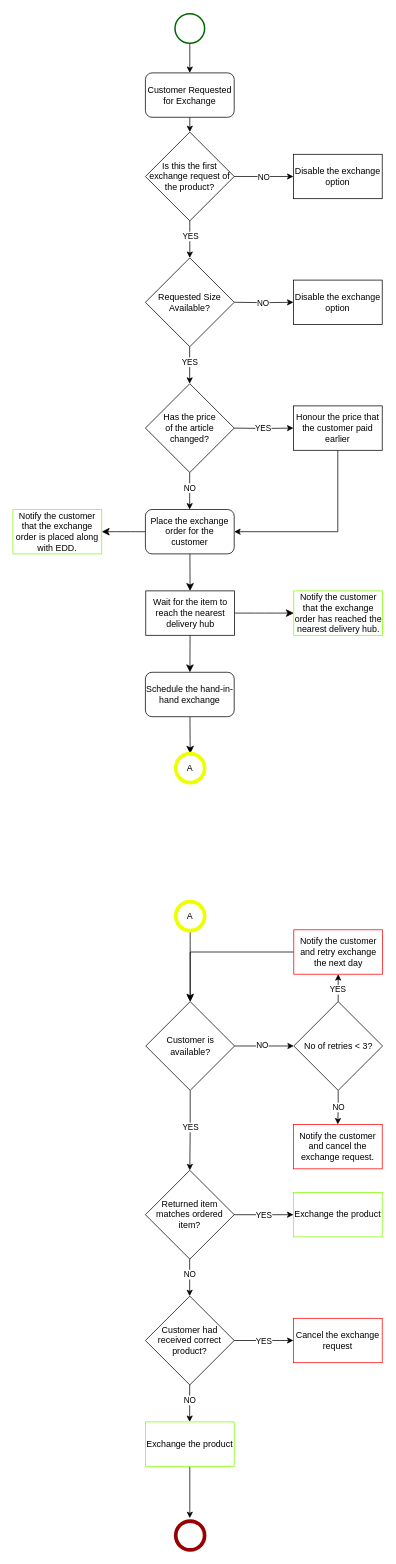
Before: Exchange.drawio in SaketNarayane/ProcessFlows, a draw.io diagram. Source tidied: cells renumbered, new cells numbered last; positions are measured from the earlier drawing's top-left corner, leaving out a move shared by most shapes. Both pictures are drawn from the tidied source at 74%, with x=0, y=0 at pixel (13, 13).
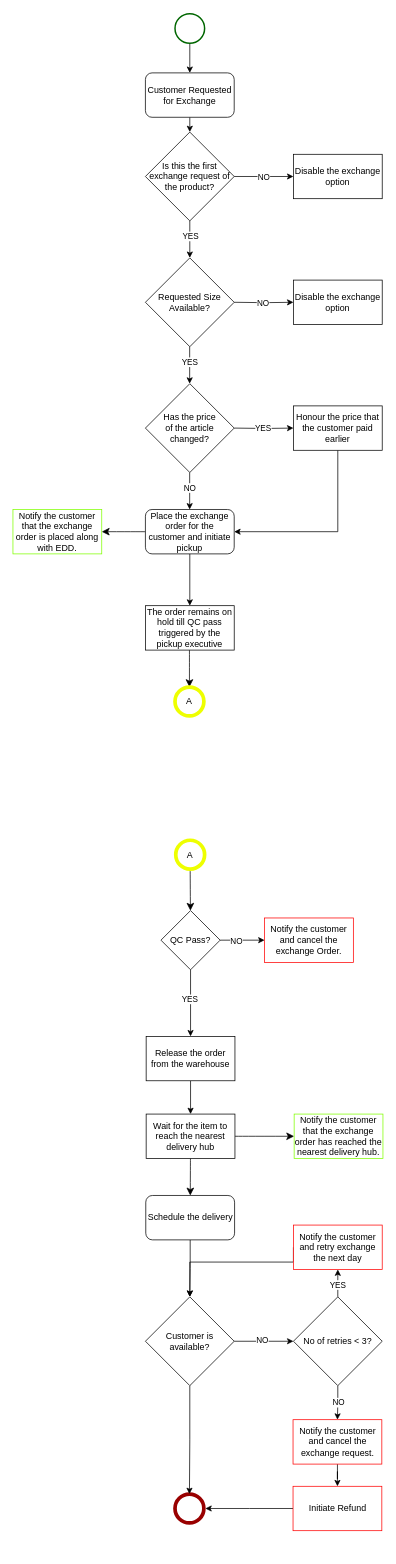
The same diagram, later.

The edit, as a diff of the source:
```diff
@@
-    <mxCell id="25" style="edgeStyle=none;curved=1;rounded=0;jettySize=auto;html=1;fontSize=12;startSize=8;endSize=8;" parent="1" edge="1" source="27" target="47">
-      <mxGeometry relative="1" as="geometry" />
-    </mxCell>
@@
+    <mxCell id="66" style="edgeStyle=orthogonalEdgeStyle;rounded=0;jettySize=auto;html=1;" parent="1" edge="1" source="27" target="70">
+      <mxGeometry relative="1" as="geometry" />
+    </mxCell>
-    <mxCell id="27" value="Place the exchange order for the customer" style="rounded=1;whiteSpace=wrap;html=1;" parent="1" vertex="1">
+    <mxCell id="27" value="Place the exchange order for the customer and initiate pickup" style="rounded=1;whiteSpace=wrap;html=1;" parent="1" vertex="1">
       <mxGeometry x="179" y="670" width="120" height="60" as="geometry" />
     </mxCell>
-    <mxCell id="28" style="edgeStyle=none;curved=1;rounded=0;jettySize=auto;html=1;fontSize=12;startSize=8;endSize=8;" parent="1" edge="1" source="29" target="61">
-      <mxGeometry relative="1" as="geometry" />
-    </mxCell>
+    <mxCell id="67" style="edgeStyle=orthogonalEdgeStyle;rounded=0;jettySize=auto;html=1;exitX=0.5;exitY=1;exitDx=0;exitDy=0;entryX=0.5;entryY=0;entryDx=0;entryDy=0;" parent="1" edge="1" source="29" target="52">
+      <mxGeometry relative="1" as="geometry" />
+    </mxCell>
-    <mxCell id="29" value="Schedule the hand-in-hand exchange" style="rounded=1;whiteSpace=wrap;html=1;" parent="1" vertex="1">
-      <mxGeometry x="179" y="890" width="120" height="60" as="geometry" />
+    <mxCell id="29" value="Schedule the delivery" style="rounded=1;whiteSpace=wrap;html=1;" parent="1" vertex="1">
+      <mxGeometry x="179.5" y="1597" width="120" height="60" as="geometry" />
     </mxCell>
-    <mxCell id="30" value="Returned item matches ordered item?" style="rhombus;whiteSpace=wrap;html=1;" parent="1" vertex="1">
-      <mxGeometry x="179" y="1563" width="120" height="120" as="geometry" />
-    </mxCell>
-    <mxCell id="31" style="edgeStyle=orthogonalEdgeStyle;rounded=0;orthogonalLoop=1;jettySize=auto;html=1;exitX=0.5;exitY=1;exitDx=0;exitDy=0;" parent="1" edge="1">
-      <mxGeometry relative="1" as="geometry">
-        <mxPoint x="238.8" y="1683" as="sourcePoint" />
-        <mxPoint x="238.8" y="1733" as="targetPoint" />
-      </mxGeometry>
-    </mxCell>
-    <mxCell id="32" value="NO" style="edgeLabel;html=1;align=center;verticalAlign=middle;" parent="31" vertex="1">
-      <mxGeometry x="-0.21" relative="1" as="geometry" />
-    </mxCell>
-    <mxCell id="33" style="edgeStyle=orthogonalEdgeStyle;rounded=0;orthogonalLoop=1;jettySize=auto;html=1;exitX=1;exitY=0.5;exitDx=0;exitDy=0;entryX=0;entryY=0.5;entryDx=0;entryDy=0;" parent="1" edge="1">
-      <mxGeometry relative="1" as="geometry">
-        <mxPoint x="299" y="1623" as="sourcePoint" />
-        <mxPoint x="379" y="1623" as="targetPoint" />
-      </mxGeometry>
-    </mxCell>
-    <mxCell id="34" value="YES" style="edgeLabel;html=1;align=center;verticalAlign=middle;" parent="33" vertex="1">
-      <mxGeometry x="-0.03" relative="1" as="geometry" />
-    </mxCell>
-    <mxCell id="35" value="Exchange the product" style="whiteSpace=wrap;html=1;strokeColor=#80FF00;" parent="1" vertex="1">
-      <mxGeometry x="379" y="1593" width="120" height="60" as="geometry" />
-    </mxCell>
-    <mxCell id="36" value="Customer had received correct product?" style="rhombus;whiteSpace=wrap;html=1;" parent="1" vertex="1">
-      <mxGeometry x="179" y="1733" width="120" height="120" as="geometry" />
-    </mxCell>
-    <mxCell id="37" style="edgeStyle=orthogonalEdgeStyle;rounded=0;orthogonalLoop=1;jettySize=auto;html=1;exitX=1;exitY=0.5;exitDx=0;exitDy=0;entryX=0;entryY=0.5;entryDx=0;entryDy=0;" parent="1" edge="1">
-      <mxGeometry relative="1" as="geometry">
-        <mxPoint x="299" y="1793" as="sourcePoint" />
-        <mxPoint x="379" y="1793" as="targetPoint" />
-      </mxGeometry>
-    </mxCell>
-    <mxCell id="38" value="YES" style="edgeLabel;html=1;align=center;verticalAlign=middle;" parent="37" vertex="1">
-      <mxGeometry x="-0.03" relative="1" as="geometry" />
-    </mxCell>
-    <mxCell id="39" style="edgeStyle=orthogonalEdgeStyle;rounded=0;orthogonalLoop=1;jettySize=auto;html=1;exitX=0.5;exitY=1;exitDx=0;exitDy=0;" parent="1" edge="1">
-      <mxGeometry relative="1" as="geometry">
-        <mxPoint x="238.8" y="1853" as="sourcePoint" />
-        <mxPoint x="238.8" y="1903" as="targetPoint" />
-      </mxGeometry>
-    </mxCell>
-    <mxCell id="40" value="NO" style="edgeLabel;html=1;align=center;verticalAlign=middle;" parent="39" vertex="1">
-      <mxGeometry x="-0.21" relative="1" as="geometry" />
-    </mxCell>
-    <mxCell id="41" value="Cancel the exchange request" style="whiteSpace=wrap;html=1;strokeColor=#FF0000;" parent="1" vertex="1">
-      <mxGeometry x="379" y="1763" width="120" height="60" as="geometry" />
-    </mxCell>
-    <mxCell id="42" style="edgeStyle=orthogonalEdgeStyle;rounded=0;jettySize=auto;html=1;" parent="1" edge="1" source="43">
-      <mxGeometry relative="1" as="geometry">
-        <mxPoint x="239" y="2033" as="targetPoint" />
-      </mxGeometry>
-    </mxCell>
-    <mxCell id="43" value="Exchange the product" style="whiteSpace=wrap;html=1;strokeColor=#80FF00;" parent="1" vertex="1">
-      <mxGeometry x="179" y="1903" width="120" height="60" as="geometry" />
-    </mxCell>
     <mxCell id="44" style="shape=ellipse;html=1;dashed=0;whiteSpace=wrap;strokeWidth=5;perimeter=ellipsePerimeter;strokeColor=#990000;" parent="1" vertex="1">
-      <mxGeometry x="220" y="2037" width="39" height="39" as="geometry" />
+      <mxGeometry x="219" y="2000.5" width="39" height="39" as="geometry" />
     </mxCell>
@@
     <mxCell id="47" value="Wait for the item to reach the nearest delivery hub" style="rounded=0;whiteSpace=wrap;html=1;" parent="1" vertex="1">
-      <mxGeometry x="179.5" y="780" width="120" height="60" as="geometry" />
+      <mxGeometry x="180" y="1487" width="120" height="60" as="geometry" />
     </mxCell>
-    <mxCell id="48" style="edgeStyle=orthogonalEdgeStyle;rounded=0;jettySize=auto;html=1;entryX=0.5;entryY=0;entryDx=0;entryDy=0;" parent="1" edge="1" source="52" target="30">
-      <mxGeometry relative="1" as="geometry" />
-    </mxCell>
-    <mxCell id="49" value="YES" style="edgeLabel;html=1;align=center;verticalAlign=middle;" parent="48" vertex="1">
-      <mxGeometry x="-0.1" relative="1" as="geometry" />
-    </mxCell>
@@
+    <mxCell id="68" style="edgeStyle=orthogonalEdgeStyle;rounded=0;jettySize=auto;html=1;exitX=0.5;exitY=1;exitDx=0;exitDy=0;entryX=0.5;entryY=0;entryDx=0;entryDy=0;" parent="1" edge="1" source="52" target="44">
+      <mxGeometry relative="1" as="geometry" />
+    </mxCell>
     <mxCell id="52" value="Customer is available?" style="rhombus;whiteSpace=wrap;html=1;" parent="1" vertex="1">
-      <mxGeometry x="179.5" y="1335" width="120" height="120" as="geometry" />
+      <mxGeometry x="179" y="1734" width="120" height="120" as="geometry" />
     </mxCell>
     <mxCell id="53" style="edgeStyle=orthogonalEdgeStyle;rounded=0;jettySize=auto;html=1;exitX=0;exitY=0.5;exitDx=0;exitDy=0;entryX=0.5;entryY=0;entryDx=0;entryDy=0;" parent="1" edge="1" source="54" target="52">
-      <mxGeometry relative="1" as="geometry" />
+      <mxGeometry relative="1" as="geometry">
+        <Array as="points">
+          <mxPoint x="379" y="1687" />
+          <mxPoint x="239" y="1687" />
+        </Array>
+      </mxGeometry>
     </mxCell>
     <mxCell id="54" value="Notify the customer and retry exchange the next day" style="whiteSpace=wrap;html=1;strokeColor=#FF0000;" parent="1" vertex="1">
-      <mxGeometry x="379.5" y="1238" width="120" height="60" as="geometry" />
+      <mxGeometry x="379" y="1637" width="120" height="60" as="geometry" />
     </mxCell>
@@
     <mxCell id="59" value="No of retries &amp;lt; 3?" style="rhombus;whiteSpace=wrap;html=1;" parent="1" vertex="1">
-      <mxGeometry x="379.5" y="1335" width="120" height="120" as="geometry" />
+      <mxGeometry x="379" y="1734" width="120" height="120" as="geometry" />
     </mxCell>
+    <mxCell id="69" style="edgeStyle=orthogonalEdgeStyle;rounded=0;jettySize=auto;html=1;exitX=0.5;exitY=1;exitDx=0;exitDy=0;" parent="1" edge="1" source="60" target="84">
+      <mxGeometry relative="1" as="geometry" />
+    </mxCell>
     <mxCell id="60" value="Notify the customer and cancel the exchange request." style="whiteSpace=wrap;html=1;strokeColor=#FF0000;" parent="1" vertex="1">
-      <mxGeometry x="379" y="1501" width="120" height="60" as="geometry" />
+      <mxGeometry x="378.5" y="1900" width="120" height="60" as="geometry" />
     </mxCell>
-    <mxCell id="61" value="A" style="shape=ellipse;html=1;dashed=0;whiteSpace=wrap;strokeWidth=5;perimeter=ellipsePerimeter;strokeColor=#eeff00;gradientColor=none;" parent="1" vertex="1">
-      <mxGeometry x="220" y="1000" width="39" height="39" as="geometry" />
-    </mxCell>
-    <mxCell id="62" style="edgeStyle=none;curved=1;rounded=0;jettySize=auto;html=1;fontSize=12;startSize=8;endSize=8;" parent="1" edge="1" source="63" target="52">
-      <mxGeometry relative="1" as="geometry" />
-    </mxCell>
-    <mxCell id="63" value="A" style="shape=ellipse;html=1;dashed=0;whiteSpace=wrap;strokeWidth=5;perimeter=ellipsePerimeter;strokeColor=#eeff00;gradientColor=none;" parent="1" vertex="1">
-      <mxGeometry x="220" y="1200" width="39" height="39" as="geometry" />
-    </mxCell>
@@
     <mxCell id="65" value="Notify the customer that the exchange order has reached the nearest delivery hub." style="rounded=0;whiteSpace=wrap;html=1;strokeColor=#80FF00;" parent="1" vertex="1">
-      <mxGeometry x="379.5" y="780" width="120" height="60" as="geometry" />
+      <mxGeometry x="380" y="1487" width="120" height="60" as="geometry" />
     </mxCell>
+    <mxCell id="70" value="The order remains on hold till QC pass triggered by the pickup executive" style="rounded=0;whiteSpace=wrap;html=1;" parent="1" vertex="1">
+      <mxGeometry x="179" y="800" width="120" height="60" as="geometry" />
+    </mxCell>
+    <mxCell id="71" style="edgeStyle=none;curved=1;rounded=0;jettySize=auto;html=1;fontSize=12;startSize=8;endSize=8;" parent="1" edge="1" target="72">
+      <mxGeometry relative="1" as="geometry">
+        <mxPoint x="238.5" y="860" as="sourcePoint" />
+      </mxGeometry>
+    </mxCell>
+    <mxCell id="72" value="A" style="shape=ellipse;html=1;dashed=0;whiteSpace=wrap;strokeWidth=5;perimeter=ellipsePerimeter;strokeColor=#eeff00;gradientColor=none;" parent="1" vertex="1">
+      <mxGeometry x="219" y="910" width="39" height="39" as="geometry" />
+    </mxCell>
+    <mxCell id="73" style="edgeStyle=none;curved=1;rounded=0;jettySize=auto;html=1;fontSize=12;startSize=8;endSize=8;" parent="1" edge="1" source="74" target="79">
+      <mxGeometry relative="1" as="geometry" />
+    </mxCell>
+    <mxCell id="74" value="A" style="shape=ellipse;html=1;dashed=0;whiteSpace=wrap;strokeWidth=5;perimeter=ellipsePerimeter;strokeColor=#eeff00;gradientColor=none;" parent="1" vertex="1">
+      <mxGeometry x="220" y="1117" width="39" height="39" as="geometry" />
+    </mxCell>
+    <mxCell id="75" style="edgeStyle=orthogonalEdgeStyle;rounded=0;jettySize=auto;html=1;" parent="1" edge="1" source="79" target="81">
+      <mxGeometry relative="1" as="geometry" />
+    </mxCell>
+    <mxCell id="76" value="YES" style="edgeLabel;html=1;align=center;verticalAlign=middle;" parent="75" vertex="1">
+      <mxGeometry x="-0.13" y="-2" relative="1" as="geometry" />
+    </mxCell>
+    <mxCell id="77" style="edgeStyle=orthogonalEdgeStyle;rounded=0;jettySize=auto;html=1;" parent="1" edge="1" source="79">
+      <mxGeometry relative="1" as="geometry">
+        <mxPoint x="340" y="1252" as="targetPoint" />
+      </mxGeometry>
+    </mxCell>
+    <mxCell id="78" value="NO" style="edgeLabel;html=1;align=center;verticalAlign=middle;" parent="77" vertex="1">
+      <mxGeometry x="-0.3" y="-1" relative="1" as="geometry" />
+    </mxCell>
+    <mxCell id="79" value="QC Pass?" style="rhombus;whiteSpace=wrap;html=1;" parent="1" vertex="1">
+      <mxGeometry x="200" y="1212" width="80" height="80" as="geometry" />
+    </mxCell>
+    <mxCell id="80" style="edgeStyle=orthogonalEdgeStyle;rounded=0;jettySize=auto;html=1;exitX=0.5;exitY=1;exitDx=0;exitDy=0;entryX=0.5;entryY=0;entryDx=0;entryDy=0;" parent="1" edge="1" source="81" target="47">
+      <mxGeometry relative="1" as="geometry" />
+    </mxCell>
+    <mxCell id="81" value="Release the order from the warehouse" style="whiteSpace=wrap;html=1;" parent="1" vertex="1">
+      <mxGeometry x="180" y="1382" width="120" height="60" as="geometry" />
+    </mxCell>
+    <mxCell id="82" value="Notify the customer and cancel the exchange Order." style="whiteSpace=wrap;html=1;strokeColor=#FF0000;" parent="1" vertex="1">
+      <mxGeometry x="340" y="1222" width="120" height="60" as="geometry" />
+    </mxCell>
+    <mxCell id="83" style="edgeStyle=orthogonalEdgeStyle;rounded=0;jettySize=auto;html=1;" parent="1" edge="1" source="84">
+      <mxGeometry relative="1" as="geometry">
+        <mxPoint x="260" y="2020" as="targetPoint" />
+      </mxGeometry>
+    </mxCell>
+    <mxCell id="84" value="Initiate Refund" style="whiteSpace=wrap;html=1;strokeColor=#FF0000;" parent="1" vertex="1">
+      <mxGeometry x="378.5" y="1990" width="120" height="60" as="geometry" />
+    </mxCell>
```
